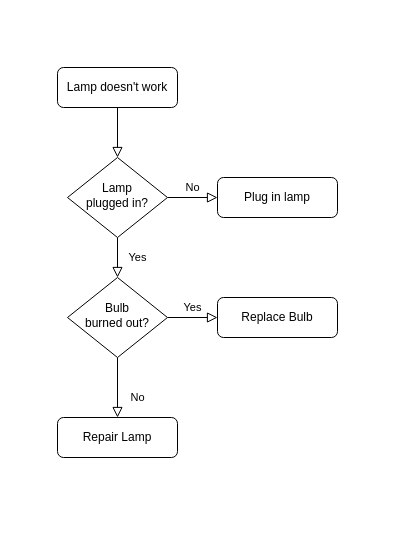
luhaofang/TTS keeps this draw.io diagram as 未命名绘图.drawio. Above is the earlier version. Source tidied: cells renumbered, new cells numbered last; positions are measured from the earlier drawing's top-left corner, leaving out a move shared by most shapes. Both pictures are drawn from the tidied source at 100%, with x=0, y=0 at pixel (57, 67).
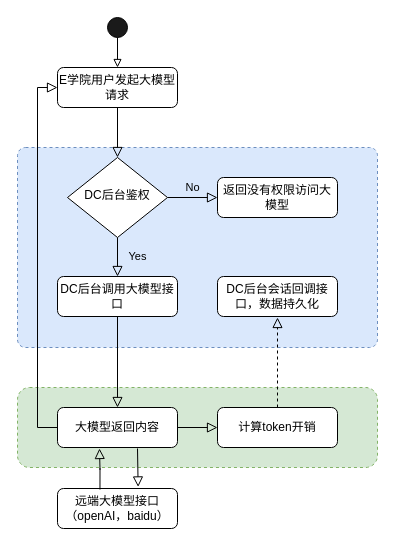
The same diagram, later.

Commit message:
更新未命名绘图.drawio

What changed in the source:
```diff
@@
+    <mxCell id="13" style="rounded=1;whiteSpace=wrap;html=1;fillColor=#dae8fc;dashed=1;arcSize=4;strokeColor=#6c8ebf;" parent="1" vertex="1">
+      <mxGeometry x="-40" y="80" width="360" height="200" as="geometry" />
+    </mxCell>
+    <mxCell id="14" style="rounded=1;whiteSpace=wrap;html=1;fillColor=#d5e8d4;dashed=1;strokeColor=#82b366;" parent="1" vertex="1">
+      <mxGeometry x="-40" y="320" width="360" height="80" as="geometry" />
+    </mxCell>
@@
-    <mxCell id="3" value="Lamp doesn't work" style="rounded=1;whiteSpace=wrap;html=1;fontSize=12;glass=0;strokeWidth=1;shadow=0;" parent="1" vertex="1">
+    <mxCell id="3" value="E学院用户发起大模型请求" style="rounded=1;whiteSpace=wrap;html=1;fontSize=12;glass=0;strokeWidth=1;shadow=0;" parent="1" vertex="1">
       <mxGeometry width="120" height="40" as="geometry" />
     </mxCell>
-    <mxCell id="4" value="Yes" style="rounded=0;html=1;jettySize=auto;fontSize=11;endArrow=block;endFill=0;endSize=8;strokeWidth=1;shadow=0;labelBackgroundColor=none;edgeStyle=orthogonalEdgeStyle;" parent="1" edge="1" source="6" target="10">
+    <mxCell id="4" value="Yes" style="rounded=0;html=1;jettySize=auto;fontSize=11;endArrow=block;endFill=0;endSize=8;strokeWidth=1;shadow=0;labelBackgroundColor=none;edgeStyle=orthogonalEdgeStyle;" parent="1" edge="1" source="6" target="15">
       <mxGeometry y="20" relative="1" as="geometry" />
     </mxCell>
@@
-    <mxCell id="6" value="Lamp&lt;br&gt;plugged in?" style="rhombus;whiteSpace=wrap;html=1;shadow=0;fontFamily=Helvetica;fontSize=12;align=center;strokeWidth=1;spacing=6;spacingTop=-4;" parent="1" vertex="1">
+    <mxCell id="6" value="DC后台鉴权" style="rhombus;whiteSpace=wrap;html=1;shadow=0;fontFamily=Helvetica;fontSize=12;align=center;strokeWidth=1;spacing=6;spacingTop=-4;" parent="1" vertex="1">
       <mxGeometry x="10" y="90" width="100" height="80" as="geometry" />
     </mxCell>
-    <mxCell id="7" value="Plug in lamp" style="rounded=1;whiteSpace=wrap;html=1;fontSize=12;glass=0;strokeWidth=1;shadow=0;" parent="1" vertex="1">
+    <mxCell id="7" value="返回没有权限访问大模型" style="rounded=1;whiteSpace=wrap;html=1;fontSize=12;glass=0;strokeWidth=1;shadow=0;" parent="1" vertex="1">
       <mxGeometry x="160" y="110" width="120" height="40" as="geometry" />
     </mxCell>
-    <mxCell id="8" value="No" style="rounded=0;html=1;jettySize=auto;fontSize=11;endArrow=block;endFill=0;endSize=8;strokeWidth=1;shadow=0;labelBackgroundColor=none;edgeStyle=orthogonalEdgeStyle;" parent="1" edge="1" source="10" target="11">
-      <mxGeometry x="0.33" y="20" relative="1" as="geometry" />
-    </mxCell>
-    <mxCell id="9" value="Yes" style="edgeStyle=orthogonalEdgeStyle;rounded=0;html=1;jettySize=auto;fontSize=11;endArrow=block;endFill=0;endSize=8;strokeWidth=1;shadow=0;labelBackgroundColor=none;" parent="1" edge="1" source="10" target="12">
-      <mxGeometry y="10" relative="1" as="geometry" />
-    </mxCell>
-    <mxCell id="10" value="Bulb&lt;br&gt;burned out?" style="rhombus;whiteSpace=wrap;html=1;shadow=0;fontFamily=Helvetica;fontSize=12;align=center;strokeWidth=1;spacing=6;spacingTop=-4;" parent="1" vertex="1">
-      <mxGeometry x="10" y="210" width="100" height="80" as="geometry" />
-    </mxCell>
-    <mxCell id="11" value="Repair Lamp" style="rounded=1;whiteSpace=wrap;html=1;fontSize=12;glass=0;strokeWidth=1;shadow=0;" parent="1" vertex="1">
-      <mxGeometry y="350" width="120" height="40" as="geometry" />
+    <mxCell id="11" value="大模型返回内容" style="rounded=1;whiteSpace=wrap;html=1;fontSize=12;glass=0;strokeWidth=1;shadow=0;" parent="1" vertex="1">
+      <mxGeometry y="340" width="120" height="40" as="geometry" />
     </mxCell>
-    <mxCell id="12" value="Replace Bulb" style="rounded=1;whiteSpace=wrap;html=1;fontSize=12;glass=0;strokeWidth=1;shadow=0;" parent="1" vertex="1">
-      <mxGeometry x="160" y="230" width="120" height="40" as="geometry" />
+    <mxCell id="12" value="计算token开销" style="rounded=1;whiteSpace=wrap;html=1;fontSize=12;glass=0;strokeWidth=1;shadow=0;" parent="1" vertex="1">
+      <mxGeometry x="160" y="340" width="120" height="40" as="geometry" />
     </mxCell>
+    <mxCell id="15" value="DC后台调用大模型接口" style="rounded=1;whiteSpace=wrap;html=1;fontSize=12;glass=0;strokeWidth=1;shadow=0;" parent="1" vertex="1">
+      <mxGeometry y="209" width="120" height="40" as="geometry" />
+    </mxCell>
+    <mxCell id="16" style="rounded=0;html=1;jettySize=auto;fontSize=11;endArrow=block;endFill=0;endSize=8;strokeWidth=1;shadow=0;labelBackgroundColor=none;edgeStyle=orthogonalEdgeStyle;exitX=0.5;exitY=1;exitDx=0;exitDy=0;" parent="1" edge="1" source="15" target="11">
+      <mxGeometry relative="1" as="geometry" />
+    </mxCell>
+    <mxCell id="17" style="rounded=0;html=1;jettySize=auto;fontSize=11;endArrow=block;endFill=0;endSize=8;strokeWidth=1;shadow=0;labelBackgroundColor=none;edgeStyle=orthogonalEdgeStyle;entryX=0;entryY=0.5;entryDx=0;entryDy=0;exitX=0;exitY=0.5;exitDx=0;exitDy=0;" parent="1" edge="1" source="11" target="3">
+      <mxGeometry relative="1" as="geometry" />
+    </mxCell>
+    <mxCell id="18" style="rounded=0;html=1;jettySize=auto;fontSize=11;endArrow=block;endFill=0;endSize=8;strokeWidth=1;shadow=0;labelBackgroundColor=none;edgeStyle=orthogonalEdgeStyle;entryX=0;entryY=0.5;entryDx=0;entryDy=0;" parent="1" edge="1" source="11" target="12">
+      <mxGeometry relative="1" as="geometry" />
+    </mxCell>
+    <mxCell id="19" value="远端大模型接口（openAI，baidu）" style="rounded=1;whiteSpace=wrap;html=1;fontSize=12;glass=0;strokeWidth=1;shadow=0;" parent="1" vertex="1">
+      <mxGeometry y="421" width="120" height="40" as="geometry" />
+    </mxCell>
+    <mxCell id="20" style="rounded=0;html=1;jettySize=auto;fontSize=11;endArrow=block;endFill=0;endSize=8;strokeWidth=1;shadow=0;labelBackgroundColor=none;edgeStyle=orthogonalEdgeStyle;entryX=0.672;entryY=-0.039;entryDx=0;entryDy=0;entryPerimeter=0;" parent="1" edge="1" target="19">
+      <mxGeometry relative="1" as="geometry">
+        <mxPoint x="80" y="381" as="sourcePoint" />
+      </mxGeometry>
+    </mxCell>
+    <mxCell id="21" style="rounded=0;html=1;jettySize=auto;fontSize=11;endArrow=block;endFill=0;endSize=8;strokeWidth=1;shadow=0;labelBackgroundColor=none;edgeStyle=orthogonalEdgeStyle;exitX=0.354;exitY=0.026;exitDx=0;exitDy=0;exitPerimeter=0;" parent="1" edge="1" source="19">
+      <mxGeometry relative="1" as="geometry">
+        <mxPoint x="42" y="381" as="targetPoint" />
+      </mxGeometry>
+    </mxCell>
+    <mxCell id="22" style="rounded=0;html=1;jettySize=auto;fontSize=11;endArrow=block;endFill=0;endSize=8;strokeWidth=1;shadow=0;labelBackgroundColor=none;edgeStyle=orthogonalEdgeStyle;exitX=0.5;exitY=0;exitDx=0;exitDy=0;dashed=1;" parent="1" edge="1" source="12">
+      <mxGeometry relative="1" as="geometry">
+        <mxPoint x="220" y="250" as="targetPoint" />
+      </mxGeometry>
+    </mxCell>
+    <mxCell id="23" value="DC后台会话回调接口，数据持久化" style="rounded=1;whiteSpace=wrap;html=1;fontSize=12;glass=0;strokeWidth=1;shadow=0;" parent="1" vertex="1">
+      <mxGeometry x="160" y="209" width="120" height="40" as="geometry" />
+    </mxCell>
+    <mxCell id="24" style="edgeStyle=orthogonalEdgeStyle;rounded=0;jettySize=auto;html=1;endArrow=block;endFill=0;" parent="1" edge="1" source="25" target="3">
+      <mxGeometry relative="1" as="geometry" />
+    </mxCell>
+    <mxCell id="25" style="ellipse;whiteSpace=wrap;html=1;fillColor=#1A1A1A;" parent="1" vertex="1">
+      <mxGeometry x="50" y="-50" width="20" height="20" as="geometry" />
+    </mxCell>
```
